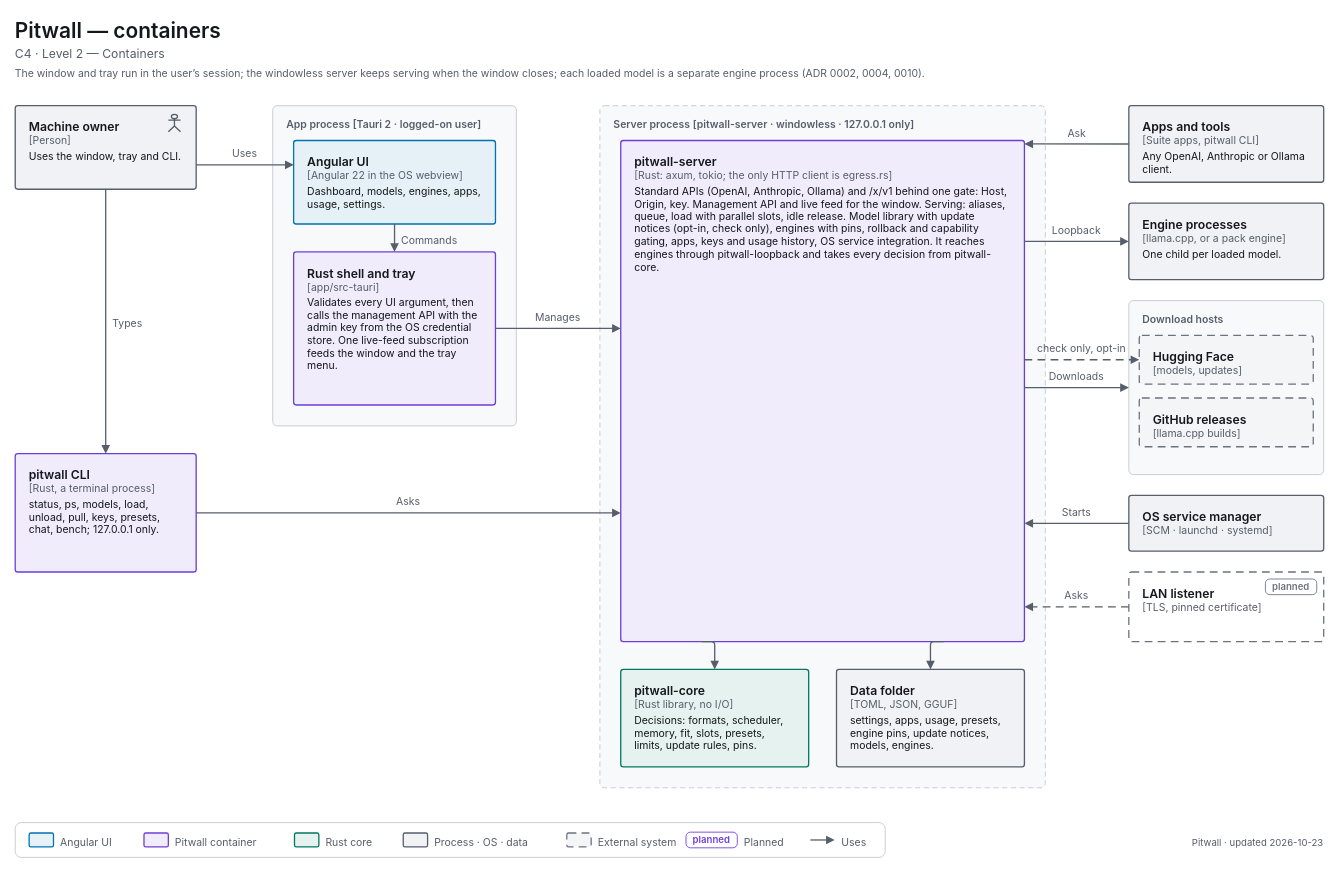
This is apps/pitwall/docs/diagrams/c4-2-containers.drawio from decryp7/paddock, a draw.io file, before an edit. Source tidied: cells renumbered, new cells numbered last; positions are measured from the earlier drawing's top-left corner, leaving out a move shared by most shapes. Both pictures are drawn from the tidied source at 87%, with x=0, y=0 at pixel (15, 15).
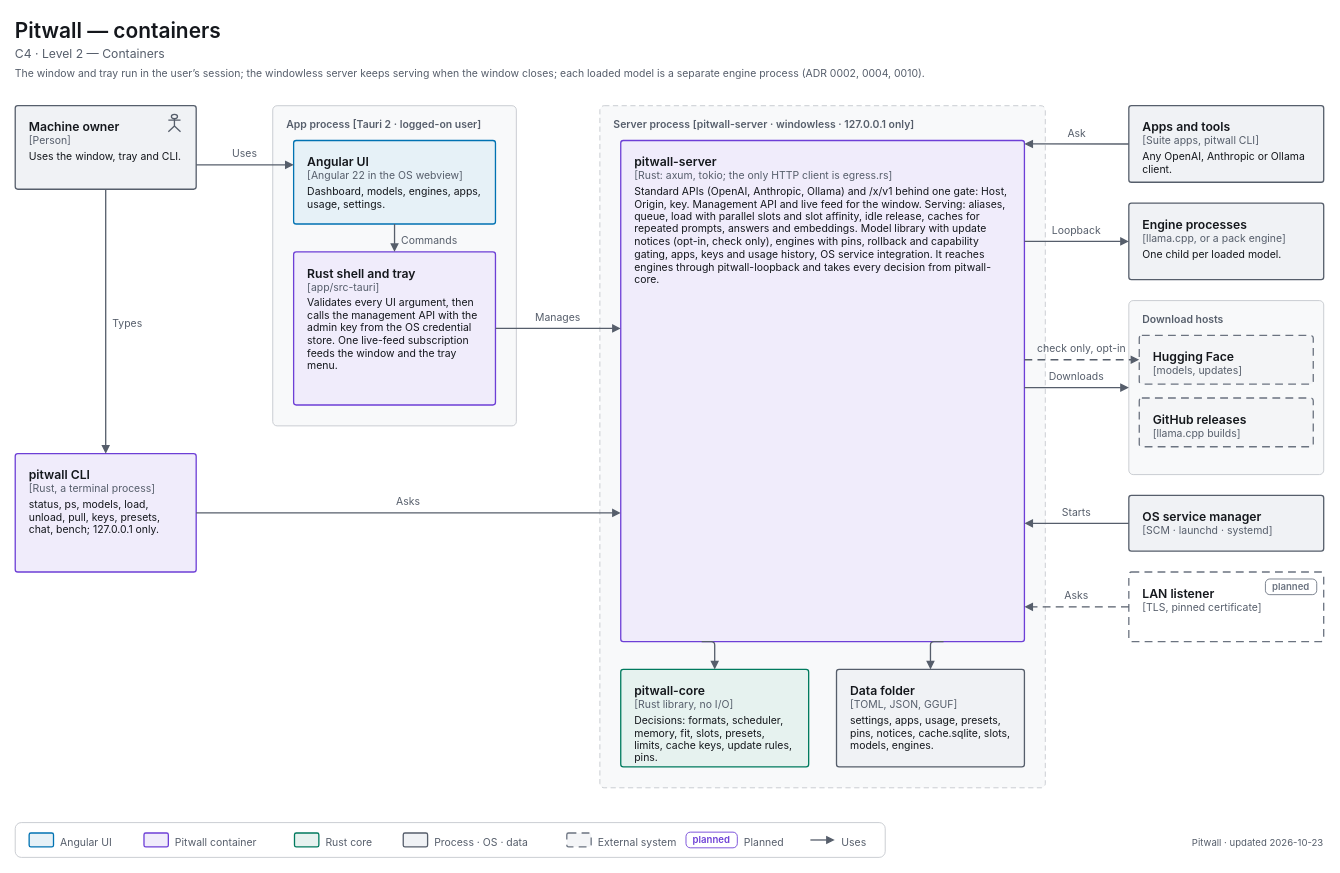
The same page after the edit.

Change to the diagram source:
```diff
@@
-    <mxCell id="14" value="&lt;span style=&quot;font-size:14px;font-weight:600&quot;&gt;pitwall-server&lt;/span&gt;&lt;br&gt;&lt;span style=&quot;font-size:12px;color:light-dark(#565E6B,#A0A7B2)&quot;&gt;[Rust: axum, tokio; the only HTTP client is egress.rs]&lt;/span&gt;&lt;br&gt;&lt;div style=&quot;margin-top:4px;font-size:12px&quot;&gt;Standard APIs (OpenAI, Anthropic, Ollama) and /x/v1 behind one gate: Host, Origin, key. Management API and live feed for the window. Serving: aliases, queue, load with parallel slots, idle release. Model library with update notices (opt-in, check only), engines with pins, rollback and capability gating, apps, keys and usage history, OS service integration. It reaches engines through pitwall-loopback and takes every decision from pitwall-core.&lt;/div&gt;" style="html=1;whiteSpace=wrap;fontFamily=-apple-system,BlinkMacSystemFont,Segoe UI,system-ui,sans-serif;fontSize=12;fontColor=light-dark(#14171C,#ECEEF1);rounded=1;absoluteArcSize=1;arcSize=6;strokeWidth=1.5;strokeColor=light-dark(#6D3FD6,#A58BFA);fillColor=light-dark(#F0ECFB,#2C2A3F);align=left;verticalAlign=top;spacingLeft=14;spacingRight=14;spacingTop=10;spacingBottom=8;" parent="1" vertex="1">
+    <mxCell id="14" value="&lt;span style=&quot;font-size:14px;font-weight:600&quot;&gt;pitwall-server&lt;/span&gt;&lt;br&gt;&lt;span style=&quot;font-size:12px;color:light-dark(#565E6B,#A0A7B2)&quot;&gt;[Rust: axum, tokio; the only HTTP client is egress.rs]&lt;/span&gt;&lt;br&gt;&lt;div style=&quot;margin-top:4px;font-size:12px&quot;&gt;Standard APIs (OpenAI, Anthropic, Ollama) and /x/v1 behind one gate: Host, Origin, key. Management API and live feed for the window. Serving: aliases, queue, load with parallel slots and slot affinity, idle release, caches for repeated prompts, answers and embeddings. Model library with update notices (opt-in, check only), engines with pins, rollback and capability gating, apps, keys and usage history, OS service integration. It reaches engines through pitwall-loopback and takes every decision from pitwall-core.&lt;/div&gt;" style="html=1;whiteSpace=wrap;fontFamily=-apple-system,BlinkMacSystemFont,Segoe UI,system-ui,sans-serif;fontSize=12;fontColor=light-dark(#14171C,#ECEEF1);rounded=1;absoluteArcSize=1;arcSize=6;strokeWidth=1.5;strokeColor=light-dark(#6D3FD6,#A58BFA);fillColor=light-dark(#F0ECFB,#2C2A3F);align=left;verticalAlign=top;spacingLeft=14;spacingRight=14;spacingTop=10;spacingBottom=8;" parent="1" vertex="1">
       <mxGeometry x="696" y="144" width="464" height="576" as="geometry" />
     </mxCell>
-    <mxCell id="15" value="&lt;span style=&quot;font-size:14px;font-weight:600&quot;&gt;pitwall-core&lt;/span&gt;&lt;br&gt;&lt;span style=&quot;font-size:12px;color:light-dark(#565E6B,#A0A7B2)&quot;&gt;[Rust library, no I/O]&lt;/span&gt;&lt;br&gt;&lt;div style=&quot;margin-top:4px;font-size:12px&quot;&gt;Decisions: formats, scheduler, memory, fit, slots, presets, limits, update rules, pins.&lt;/div&gt;" style="html=1;whiteSpace=wrap;fontFamily=-apple-system,BlinkMacSystemFont,Segoe UI,system-ui,sans-serif;fontSize=12;fontColor=light-dark(#14171C,#ECEEF1);rounded=1;absoluteArcSize=1;arcSize=6;strokeWidth=1.5;strokeColor=light-dark(#007A5E,#2EC4A0);fillColor=light-dark(#E6F2EF,#193330);align=left;verticalAlign=top;spacingLeft=14;spacingRight=14;spacingTop=10;spacingBottom=8;" parent="1" vertex="1">
+    <mxCell id="15" value="&lt;span style=&quot;font-size:14px;font-weight:600&quot;&gt;pitwall-core&lt;/span&gt;&lt;br&gt;&lt;span style=&quot;font-size:12px;color:light-dark(#565E6B,#A0A7B2)&quot;&gt;[Rust library, no I/O]&lt;/span&gt;&lt;br&gt;&lt;div style=&quot;margin-top:4px;font-size:12px&quot;&gt;Decisions: formats, scheduler, memory, fit, slots, presets, limits, cache keys, update rules, pins.&lt;/div&gt;" style="html=1;whiteSpace=wrap;fontFamily=-apple-system,BlinkMacSystemFont,Segoe UI,system-ui,sans-serif;fontSize=12;fontColor=light-dark(#14171C,#ECEEF1);rounded=1;absoluteArcSize=1;arcSize=6;strokeWidth=1.5;strokeColor=light-dark(#007A5E,#2EC4A0);fillColor=light-dark(#E6F2EF,#193330);align=left;verticalAlign=top;spacingLeft=14;spacingRight=14;spacingTop=10;spacingBottom=8;" parent="1" vertex="1">
       <mxGeometry x="696" y="752" width="216" height="112" as="geometry" />
     </mxCell>
-    <mxCell id="16" value="&lt;span style=&quot;font-size:14px;font-weight:600&quot;&gt;Data folder&lt;/span&gt;&lt;br&gt;&lt;span style=&quot;font-size:12px;color:light-dark(#565E6B,#A0A7B2)&quot;&gt;[TOML, JSON, GGUF]&lt;/span&gt;&lt;br&gt;&lt;div style=&quot;margin-top:4px;font-size:12px&quot;&gt;settings, apps, usage, presets, engine pins, update notices, models, engines.&lt;/div&gt;" style="html=1;whiteSpace=wrap;fontFamily=-apple-system,BlinkMacSystemFont,Segoe UI,system-ui,sans-serif;fontSize=12;fontColor=light-dark(#14171C,#ECEEF1);rounded=1;absoluteArcSize=1;arcSize=6;strokeWidth=1.5;strokeColor=light-dark(#565E6B,#A0A7B2);fillColor=light-dark(#F0F2F5,#1B1E23);align=left;verticalAlign=top;spacingLeft=14;spacingRight=14;spacingTop=10;spacingBottom=8;" parent="1" vertex="1">
+    <mxCell id="16" value="&lt;span style=&quot;font-size:14px;font-weight:600&quot;&gt;Data folder&lt;/span&gt;&lt;br&gt;&lt;span style=&quot;font-size:12px;color:light-dark(#565E6B,#A0A7B2)&quot;&gt;[TOML, JSON, GGUF]&lt;/span&gt;&lt;br&gt;&lt;div style=&quot;margin-top:4px;font-size:12px&quot;&gt;settings, apps, usage, presets, pins, notices, cache.sqlite, slots, models, engines.&lt;/div&gt;" style="html=1;whiteSpace=wrap;fontFamily=-apple-system,BlinkMacSystemFont,Segoe UI,system-ui,sans-serif;fontSize=12;fontColor=light-dark(#14171C,#ECEEF1);rounded=1;absoluteArcSize=1;arcSize=6;strokeWidth=1.5;strokeColor=light-dark(#565E6B,#A0A7B2);fillColor=light-dark(#F0F2F5,#1B1E23);align=left;verticalAlign=top;spacingLeft=14;spacingRight=14;spacingTop=10;spacingBottom=8;" parent="1" vertex="1">
       <mxGeometry x="944" y="752" width="216" height="112" as="geometry" />
     </mxCell>
```
